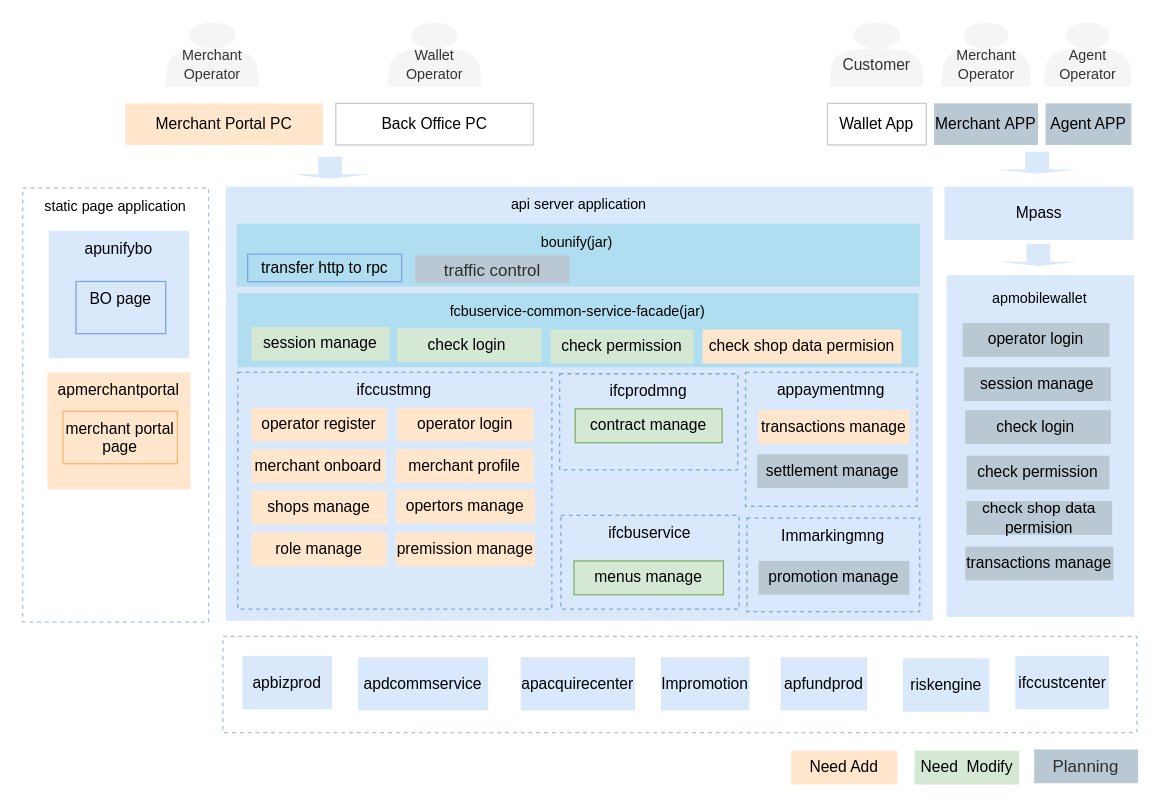
This is page "架构图" (1 of 3) of Merchant portal.drawio from renqiuming/drawio, a draw.io file, before an edit. Source tidied: cells renumbered, new cells numbered last; positions are measured from the earlier drawing's top-left corner, leaving out a move shared by most shapes. Both pictures are drawn from the tidied source at 130%, with x=0, y=0 at pixel (22, 22).
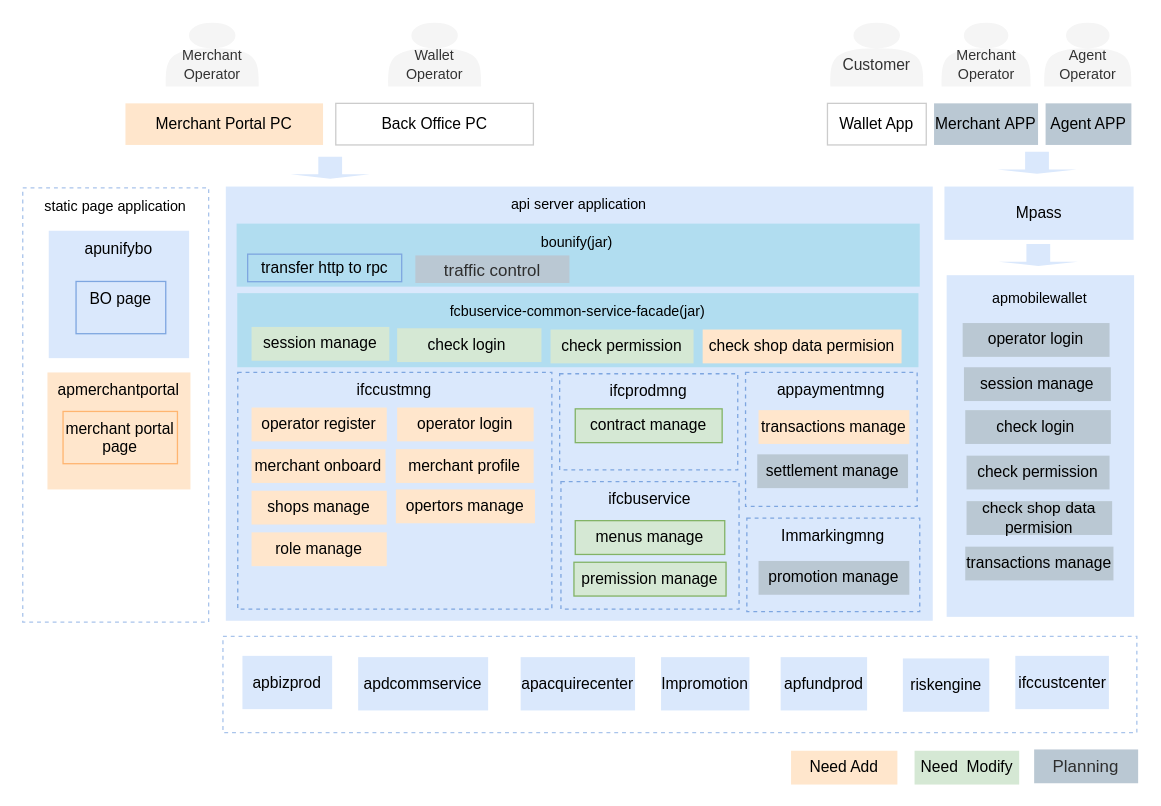
Above is the later version.

The edit, as a diff of the source:
```diff
@@
     <mxCell id="9" value="ifcbuservice" style="rounded=0;whiteSpace=wrap;html=1;fillColor=none;strokeColor=#7EA6E0;dashed=1;verticalAlign=top;" parent="1" vertex="1">
-      <mxGeometry x="414" y="379" width="137" height="72" as="geometry" />
+      <mxGeometry x="414" y="353" width="137" height="98" as="geometry" />
     </mxCell>
@@
     <mxCell id="55" value="menus manage" style="rounded=0;whiteSpace=wrap;html=1;fillColor=#d5e8d4;strokeColor=#82b366;" parent="1" vertex="1">
-      <mxGeometry x="424" y="414" width="115" height="26" as="geometry" />
+      <mxGeometry x="425" y="383" width="115" height="26" as="geometry" />
     </mxCell>
@@
-    <mxCell id="61" value="premission manage" style="rounded=0;whiteSpace=wrap;html=1;fillColor=#ffe6cc;strokeColor=none;" parent="1" vertex="1">
-      <mxGeometry x="287" y="392" width="107" height="26" as="geometry" />
-    </mxCell>
@@
+    <mxCell id="61" value="premission manage" style="rounded=0;whiteSpace=wrap;html=1;fillColor=#d5e8d4;strokeColor=#82b366;" parent="1" vertex="1">
+      <mxGeometry x="424" y="415" width="117" height="26" as="geometry" />
+    </mxCell>
```
